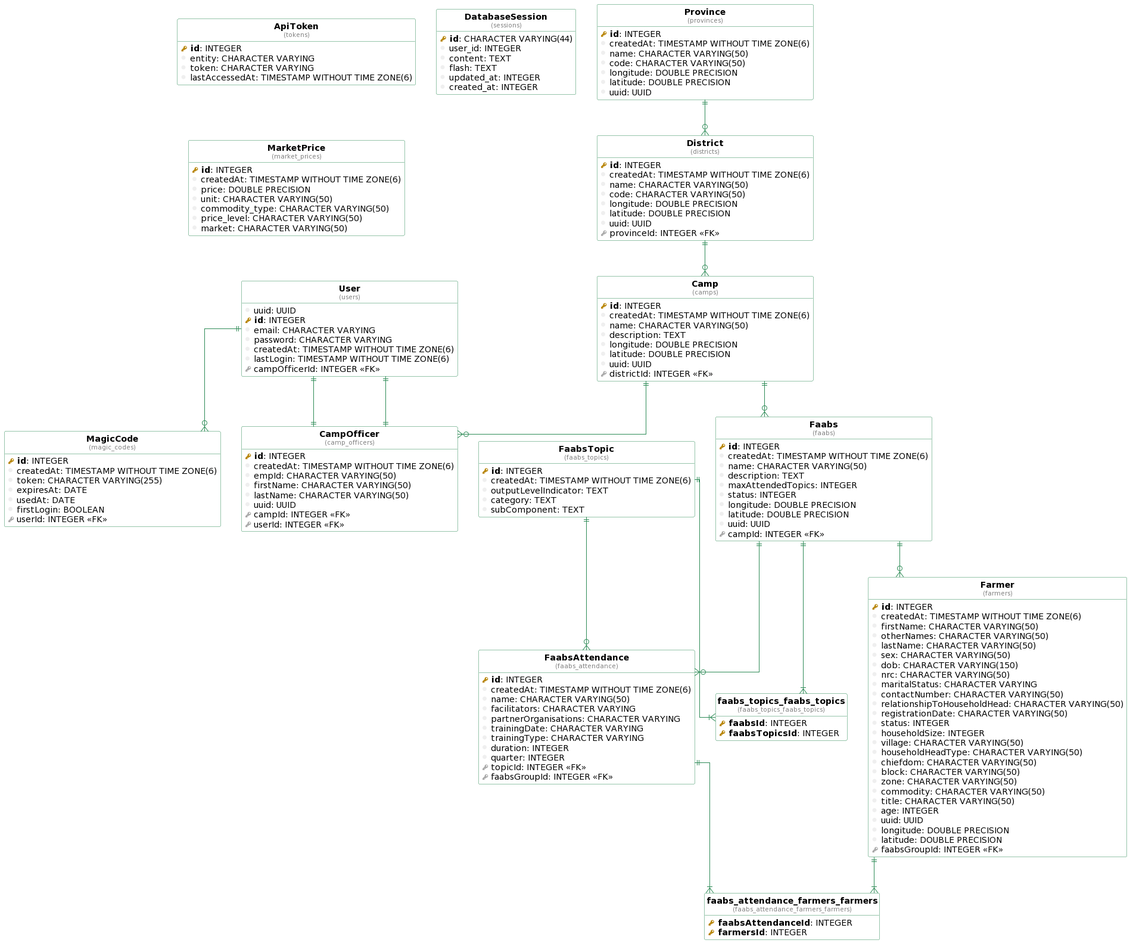
Earlier version of the PlantUML export docs/database-uml.png (Mwimwii/esapp-bb).
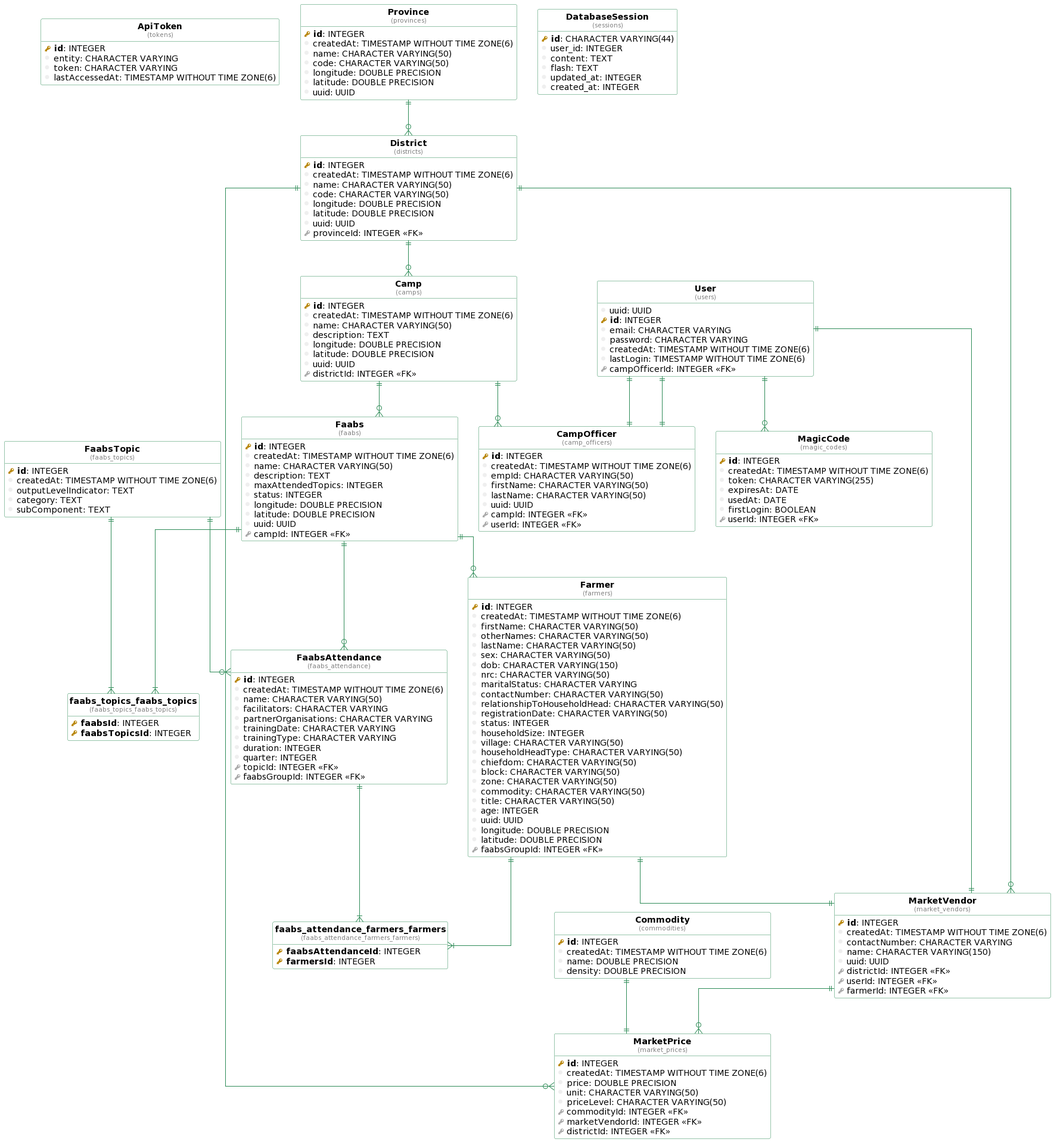
The same diagram one commit later.

What changed in the source:
```diff
@@ -150,9 +150,28 @@
   column( createdAt ): TIMESTAMP WITHOUT TIME ZONE(6)
   column( price ): DOUBLE PRECISION
   column( unit ): CHARACTER VARYING(50)
-  column( commodity_type ): CHARACTER VARYING(50)
-  column( price_level ): CHARACTER VARYING(50)
-  column( market ): CHARACTER VARYING(50)
+  column( priceLevel ): CHARACTER VARYING(50)
+  fkey( commodityId ): INTEGER <<FK>>
+  fkey( marketVendorId ): INTEGER <<FK>>
+  fkey( districtId ): INTEGER <<FK>>
+}
+
+table( MarketVendor, market_vendors ) as market_vendors {
+  pkey( id ): INTEGER
+  column( createdAt ): TIMESTAMP WITHOUT TIME ZONE(6)
+  column( contactNumber ): CHARACTER VARYING
+  column( name ): CHARACTER VARYING(150)
+  column( uuid ): UUID
+  fkey( districtId ): INTEGER <<FK>>
+  fkey( userId ): INTEGER <<FK>>
+  fkey( farmerId ): INTEGER <<FK>>
+}
+
+table( Commodity, commodities ) as commodities {
+  pkey( id ): INTEGER
+  column( createdAt ): TIMESTAMP WITHOUT TIME ZONE(6)
+  column( name ): DOUBLE PRECISION
+  column( density ): DOUBLE PRECISION
 }
 
 table( Camp, camps ) as camps {
@@ -194,6 +213,12 @@
 "provinces" ||--o{ "districts"
 "camps" ||--o{ "camp_officers"
 "users" ||--|| "camp_officers"
+"commodities" ||--|| "market_prices"
+"market_vendors" ||--o{ "market_prices"
+"districts" ||--o{ "market_prices"
+"districts" ||--o{ "market_vendors"
+"users" ||--|| "market_vendors"
+"farmers" ||--|| "market_vendors"
 "districts" ||--o{ "camps"
 "users" ||--o{ "magic_codes"
 "faabs_attendance" ||--|{ "faabs_attendance_farmers_farmers"
```
